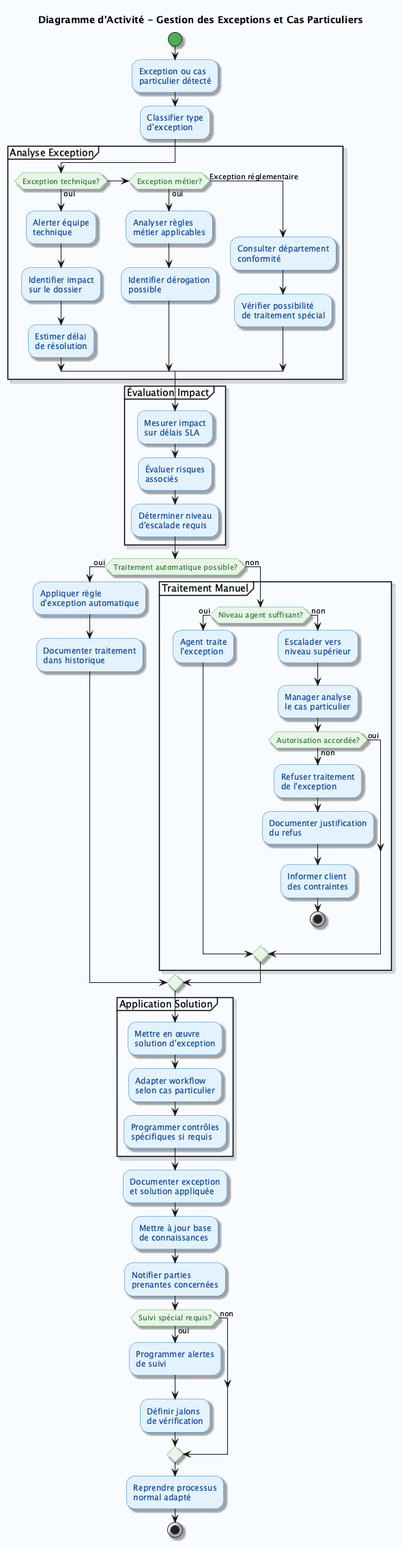
The PlantUML diagram SYSTEME-OUVERTURE-COMPTE/DIAGRAMMES-ACTIVITE/GestionExceptions.png in caranvalis/diagramePlantUml, before a commit. Source of this version:
```plantuml
@startuml GestionExceptions
skinparam backgroundColor #F8FBFF
skinparam activity {
    BackgroundColor #E3F2FD
    BorderColor #1976D2
    FontColor #0D47A1
    DiamondBackgroundColor #E8F5E8
    DiamondBorderColor #4CAF50
    DiamondFontColor #2E7D32
    StartColor #4CAF50
    EndColor #F44336
}
skinparam shadowing true

title Diagramme d'Activité - Gestion des Exceptions et Cas Particuliers

start

:Exception ou cas
particulier détecté;

:Classifier type
d'exception;

partition "Analyse Exception" {
    if (Exception technique?) then (oui)
        :Alerter équipe
        technique;

        :Identifier impact
        sur le dossier;

        :Estimer délai
        de résolution;

    elseif (Exception métier?) then (oui)
        :Analyser règles
        métier applicables;

        :Identifier dérogation
        possible;

    else (Exception réglementaire)
        :Consulter département
        conformité;

        :Vérifier possibilité
        de traitement spécial;
    endif
}

partition "Évaluation Impact" {
    :Mesurer impact
    sur délais SLA;

    :Évaluer risques
    associés;

    :Déterminer niveau
    d'escalade requis;
}

if (Traitement automatique possible?) then (oui)
    :Appliquer règle
    d'exception automatique;

    :Documenter traitement
    dans historique;

else (non)
    partition "Traitement Manuel" {
        if (Niveau agent suffisant?) then (oui)
            :Agent traite
            l'exception;

        else (non)
            :Escalader vers
            niveau supérieur;

            :Manager analyse
            le cas particulier;

            if (Autorisation accordée?) then (non)
                :Refuser traitement
                de l'exception;

                :Documenter justification
                du refus;

                :Informer client
                des contraintes;

                stop
            else (oui)
            endif
        endif
    }
endif

partition "Application Solution" {
    :Mettre en œuvre
    solution d'exception;

    :Adapter workflow
    selon cas particulier;

    :Programmer contrôles
    spécifiques si requis;
}

:Documenter exception
et solution appliquée;

:Mettre à jour base
de connaissances;

:Notifier parties
prenantes concernées;

if (Suivi spécial requis?) then (oui)
    :Programmer alertes
    de suivi;

    :Définir jalons
    de vérification;
else (non)
endif

:Reprendre processus
normal adapté;

stop

@enduml
```
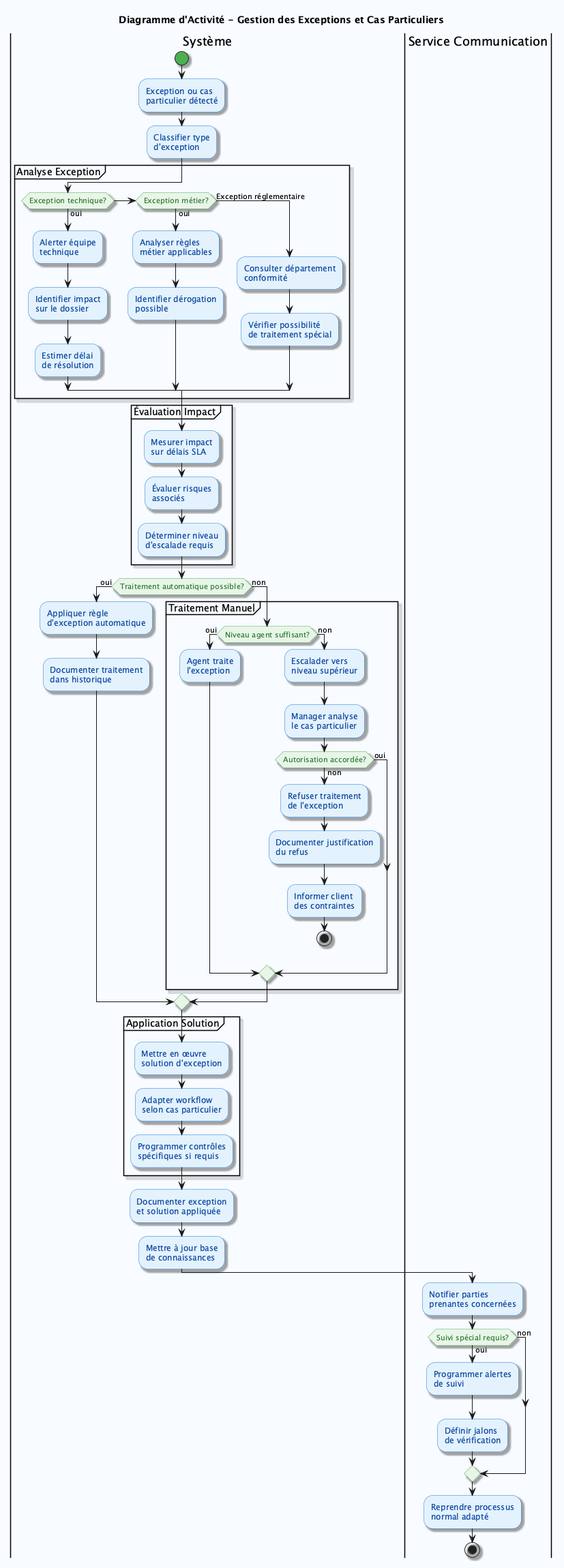
After the commit.

The edit, as a diff of the source:
```diff
@@ -10,20 +10,28 @@
     StartColor #4CAF50
     EndColor #F44336
 }
+skinparam actor {
+    BackgroundColor #FF7043
+    BorderColor #D84315
+    FontColor #FFFFFF
+}
 skinparam shadowing true
 
 title Diagramme d'Activité - Gestion des Exceptions et Cas Particuliers
 
+
+|Système|
 start
-
 :Exception ou cas
 particulier détecté;
 
 :Classifier type
 d'exception;
 
+
 partition "Analyse Exception" {
     if (Exception technique?) then (oui)
+
         :Alerter équipe
         technique;
 
@@ -33,6 +41,7 @@
         :Estimer délai
         de résolution;
 
+
     elseif (Exception métier?) then (oui)
         :Analyser règles
         métier applicables;
@@ -41,11 +50,13 @@
         possible;
 
     else (Exception réglementaire)
+
         :Consulter département
         conformité;
 
         :Vérifier possibilité
         de traitement spécial;
+
     endif
 }
 
@@ -60,6 +71,7 @@
     d'escalade requis;
 }
 
+
 if (Traitement automatique possible?) then (oui)
     :Appliquer règle
     d'exception automatique;
@@ -68,12 +80,16 @@
     dans historique;
 
 else (non)
+
     partition "Traitement Manuel" {
         if (Niveau agent suffisant?) then (oui)
+
             :Agent traite
             l'exception;
 
+
         else (non)
+
             :Escalader vers
             niveau supérieur;
 
@@ -87,14 +103,18 @@
                 :Documenter justification
                 du refus;
 
+
                 :Informer client
                 des contraintes;
+
 
                 stop
             else (oui)
             endif
+
         endif
     }
+
 endif
 
 partition "Application Solution" {
@@ -114,6 +134,7 @@
 :Mettre à jour base
 de connaissances;
 
+|Service Communication|
 :Notifier parties
 prenantes concernées;
 
```
